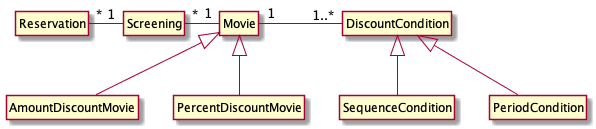
vomvoru/object-study keeps this PlantUML diagram as chapter5/domain.png. Above is the earlier version. The source it was exported from:
```plantuml
@startuml

class Reservation
class Screening
class Movie
class AmountDiscountMovie
class PercentDiscountMovie
class DiscountCondition
class SequenceCondition
class PeriodCondition


Reservation "*" -right-"1" Screening
Screening "*" -right-"1" Movie
Movie <|-- AmountDiscountMovie
Movie <|-- PercentDiscountMovie
Movie "1" -right-"1..*" DiscountCondition
DiscountCondition <|-- SequenceCondition
DiscountCondition <|-- PeriodCondition


hide empty fields
hide empty methods
hide circle

@enduml
```
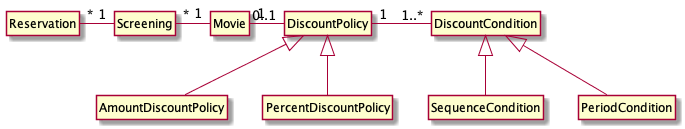
Above is the later version.

The edit, as a diff of the source:
```diff
@@ -3,8 +3,9 @@
 class Reservation
 class Screening
 class Movie
-class AmountDiscountMovie
-class PercentDiscountMovie
+class DiscountPolicy
+class AmountDiscountPolicy
+class PercentDiscountPolicy
 class DiscountCondition
 class SequenceCondition
 class PeriodCondition
@@ -12,9 +13,10 @@
 
 Reservation "*" -right-"1" Screening
 Screening "*" -right-"1" Movie
-Movie <|-- AmountDiscountMovie
-Movie <|-- PercentDiscountMovie
-Movie "1" -right-"1..*" DiscountCondition
+Movie "1" -right-"0..1" DiscountPolicy
+DiscountPolicy <|-- AmountDiscountPolicy
+DiscountPolicy <|-- PercentDiscountPolicy
+DiscountPolicy "1" -right-"1..*" DiscountCondition
 DiscountCondition <|-- SequenceCondition
 DiscountCondition <|-- PeriodCondition
 
```
